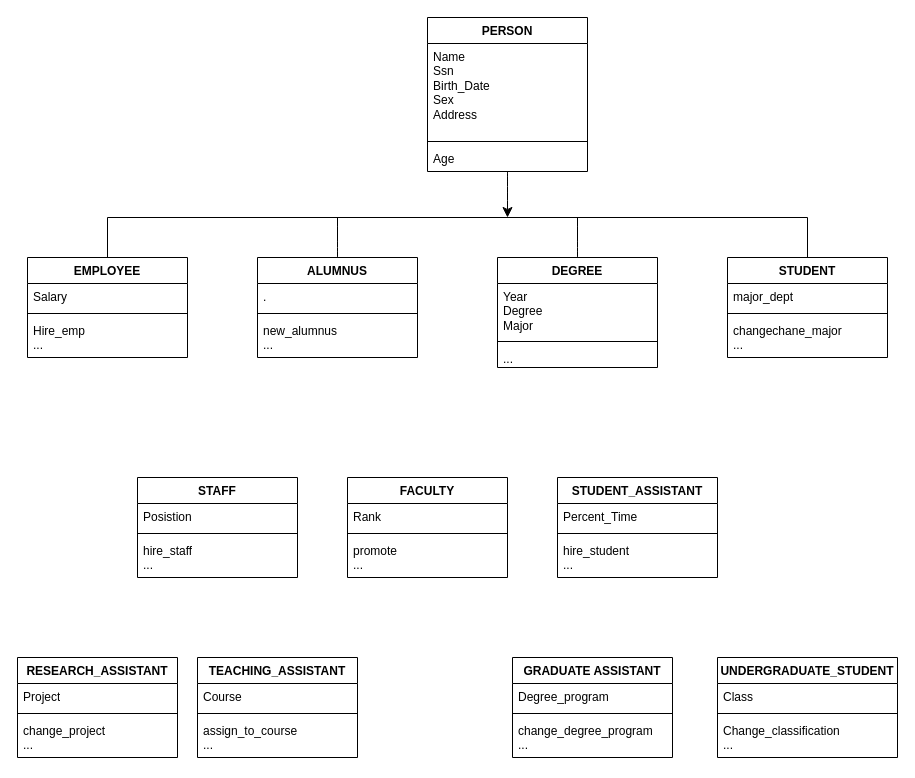
Above: mdiprak2.drawio in Dlaekap/Prak-MDI- (draw.io), before the change. Source tidied: cells renumbered, new cells numbered last; positions are measured from the earlier drawing's top-left corner, leaving out a move shared by most shapes. Both pictures are drawn from the tidied source at 100%, with x=0, y=0 at pixel (17, 17).
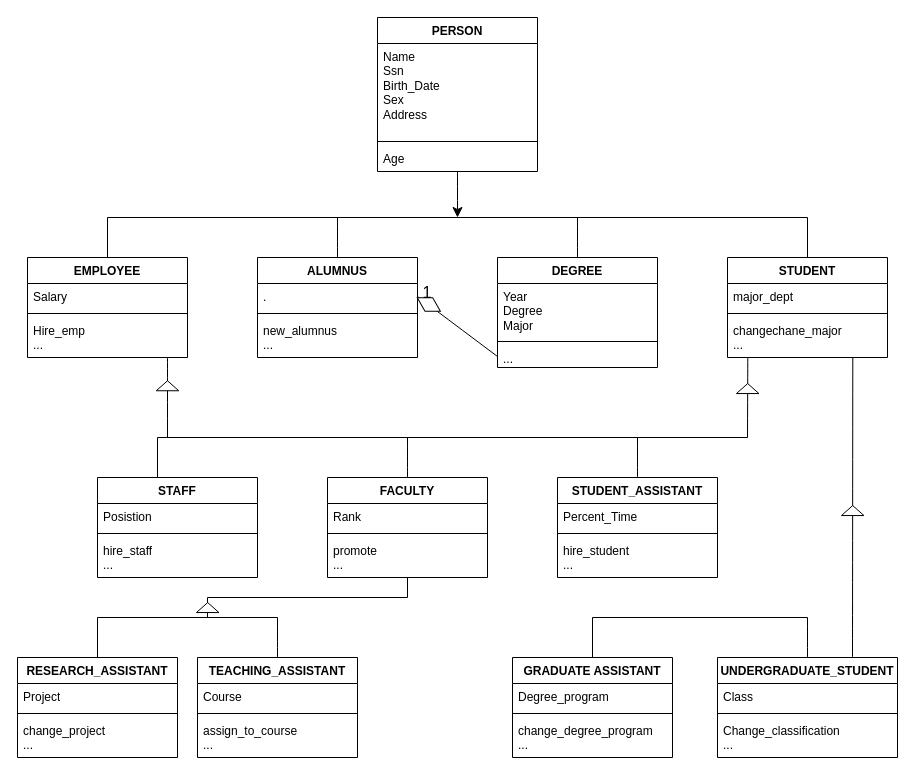
The same page after the edit.

Unchanged cells that the change refers to:
```xml
<mxCell id="14" value="." style="text;strokeColor=none;fillColor=none;align=left;verticalAlign=top;spacingLeft=4;spacingRight=4;overflow=hidden;points=[[0,0.5],[1,0.5]];portConstraint=eastwest;whiteSpace=wrap;html=1;" parent="13" vertex="1">
  <mxGeometry y="26" width="160" height="26" as="geometry" />
</mxCell>
<mxCell id="21" value="..." style="text;strokeColor=none;fillColor=none;align=left;verticalAlign=top;spacingLeft=4;spacingRight=4;overflow=hidden;points=[[0,0.5],[1,0.5]];portConstraint=eastwest;whiteSpace=wrap;html=1;" parent="18" vertex="1">
  <mxGeometry y="88" width="160" height="22" as="geometry" />
</mxCell>
<mxCell id="22" value="STUDENT" style="swimlane;fontStyle=1;align=center;verticalAlign=top;horizontal=1;startSize=26;whiteSpace=wrap;html=1;" parent="1" vertex="1">
  <mxGeometry x="710" y="240" width="160" height="100" as="geometry" />
</mxCell>
<mxCell id="34" value="STUDENT_ASSISTANT" style="swimlane;fontStyle=1;align=center;verticalAlign=top;horizontal=1;startSize=26;whiteSpace=wrap;html=1;" parent="1" vertex="1">
  <mxGeometry x="540" y="460" width="160" height="100" as="geometry" />
</mxCell>
<mxCell id="38" value="RESEARCH_ASSISTANT" style="swimlane;fontStyle=1;align=center;verticalAlign=top;horizontal=1;startSize=26;whiteSpace=wrap;html=1;" parent="1" vertex="1">
  <mxGeometry y="640" width="160" height="100" as="geometry" />
</mxCell>
<mxCell id="42" value="TEACHING_ASSISTANT" style="swimlane;fontStyle=1;align=center;verticalAlign=top;horizontal=1;startSize=26;whiteSpace=wrap;html=1;" parent="1" vertex="1">
  <mxGeometry x="180" y="640" width="160" height="100" as="geometry" />
</mxCell>
<mxCell id="46" value="UNDERGRADUATE_STUDENT" style="swimlane;fontStyle=1;align=center;verticalAlign=top;horizontal=1;startSize=26;whiteSpace=wrap;html=1;" parent="1" vertex="1">
  <mxGeometry x="700" y="640" width="180" height="100" as="geometry" />
</mxCell>
<mxCell id="50" value="GRADUATE ASSISTANT" style="swimlane;fontStyle=1;align=center;verticalAlign=top;horizontal=1;startSize=26;whiteSpace=wrap;html=1;" parent="1" vertex="1">
  <mxGeometry x="495" y="640" width="160" height="100" as="geometry" />
</mxCell>
```

Diff of the diagram source:
```diff
@@
-    <mxCell id="2" style="edgeStyle=none;curved=1;rounded=0;jettySize=auto;html=1;fontSize=12;startSize=8;endSize=8;" parent="1" edge="1" source="3">
-      <mxGeometry relative="1" as="geometry">
-        <mxPoint x="490" y="200" as="targetPoint" />
-      </mxGeometry>
-    </mxCell>
+    <mxCell id="54" style="edgeStyle=none;curved=1;rounded=0;jettySize=auto;html=1;fontSize=12;startSize=8;endSize=8;" parent="1" edge="1" source="3">
+      <mxGeometry relative="1" as="geometry">
+        <mxPoint x="440" y="200" as="targetPoint" />
+      </mxGeometry>
+    </mxCell>
     <mxCell id="3" value="PERSON" style="swimlane;fontStyle=1;align=center;verticalAlign=top;horizontal=1;startSize=26;whiteSpace=wrap;html=1;" parent="1" vertex="1">
-      <mxGeometry x="410" width="160" height="154" as="geometry" />
+      <mxGeometry x="360" width="160" height="154" as="geometry" />
     </mxCell>
@@
+    <mxCell id="55" style="endArrow=none;html=1;rounded=0;fontSize=12;startSize=8;endSize=8;curved=1;entryX=0.783;entryY=1.025;entryDx=0;entryDy=0;entryPerimeter=0;exitX=0.75;exitY=0;exitDx=0;exitDy=0;" parent="22" edge="1" source="46">
+      <mxGeometry relative="1" as="geometry">
+        <mxPoint x="125.3" y="100" as="targetPoint" />
+      </mxGeometry>
+    </mxCell>
+    <mxCell id="56" style="edgeStyle=orthogonalEdgeStyle;rounded=0;jettySize=auto;html=1;fontSize=12;startSize=8;endSize=8;endArrow=none;endFill=0;" parent="1" edge="1" source="26">
+      <mxGeometry relative="1" as="geometry">
+        <mxPoint x="730" y="420" as="targetPoint" />
+        <Array as="points">
+          <mxPoint x="140" y="420" />
+        </Array>
+      </mxGeometry>
+    </mxCell>
     <mxCell id="26" value="STAFF" style="swimlane;fontStyle=1;align=center;verticalAlign=top;horizontal=1;startSize=26;whiteSpace=wrap;html=1;" parent="1" vertex="1">
-      <mxGeometry x="120" y="460" width="160" height="100" as="geometry" />
+      <mxGeometry x="80" y="460" width="160" height="100" as="geometry" />
     </mxCell>
@@
+    <mxCell id="57" style="edgeStyle=orthogonalEdgeStyle;rounded=0;jettySize=auto;html=1;fontSize=12;startSize=8;endSize=8;endArrow=none;endFill=0;" parent="1" edge="1" source="30">
+      <mxGeometry relative="1" as="geometry">
+        <mxPoint x="190" y="600" as="targetPoint" />
+        <Array as="points">
+          <mxPoint x="390" y="580" />
+        </Array>
+      </mxGeometry>
+    </mxCell>
+    <mxCell id="58" style="edgeStyle=none;curved=1;rounded=0;jettySize=auto;html=1;fontSize=12;startSize=8;endSize=8;endArrow=none;endFill=0;" parent="1" edge="1" source="30">
+      <mxGeometry relative="1" as="geometry">
+        <mxPoint x="390" y="420" as="targetPoint" />
+      </mxGeometry>
+    </mxCell>
     <mxCell id="30" value="FACULTY" style="swimlane;fontStyle=1;align=center;verticalAlign=top;horizontal=1;startSize=26;whiteSpace=wrap;html=1;" parent="1" vertex="1">
-      <mxGeometry x="330" y="460" width="160" height="100" as="geometry" />
+      <mxGeometry x="310" y="460" width="160" height="100" as="geometry" />
     </mxCell>
@@
+    <mxCell id="59" style="edgeStyle=none;curved=1;rounded=0;jettySize=auto;html=1;fontSize=12;startSize=8;endSize=8;endArrow=none;endFill=0;" parent="1" edge="1" source="34">
+      <mxGeometry relative="1" as="geometry">
+        <mxPoint x="620" y="420" as="targetPoint" />
+      </mxGeometry>
+    </mxCell>
@@
+    <mxCell id="60" style="edgeStyle=orthogonalEdgeStyle;rounded=0;jettySize=auto;html=1;fontSize=12;startSize=8;endSize=8;endArrow=none;endFill=0;" parent="1" edge="1" source="38">
+      <mxGeometry relative="1" as="geometry">
+        <mxPoint x="260" y="600" as="targetPoint" />
+        <Array as="points">
+          <mxPoint x="80" y="600" />
+          <mxPoint x="80" y="600" />
+        </Array>
+      </mxGeometry>
+    </mxCell>
@@
+    <mxCell id="61" style="edgeStyle=none;curved=1;rounded=0;jettySize=auto;html=1;fontSize=12;startSize=8;endSize=8;endArrow=none;endFill=0;" parent="1" edge="1" source="42">
+      <mxGeometry relative="1" as="geometry">
+        <mxPoint x="260" y="600" as="targetPoint" />
+      </mxGeometry>
+    </mxCell>
@@
+    <mxCell id="62" style="edgeStyle=none;curved=1;rounded=0;jettySize=auto;html=1;fontSize=12;startSize=8;endSize=8;endArrow=none;endFill=0;" parent="1" edge="1" source="46">
+      <mxGeometry relative="1" as="geometry">
+        <mxPoint x="790" y="600" as="targetPoint" />
+      </mxGeometry>
+    </mxCell>
@@
+    <mxCell id="63" style="edgeStyle=orthogonalEdgeStyle;rounded=0;jettySize=auto;html=1;fontSize=12;startSize=8;endSize=8;endArrow=none;endFill=0;" parent="1" edge="1" source="50">
+      <mxGeometry relative="1" as="geometry">
+        <mxPoint x="790" y="600" as="targetPoint" />
+        <Array as="points">
+          <mxPoint x="575" y="600" />
+        </Array>
+      </mxGeometry>
+    </mxCell>
@@
+    <mxCell id="64" style="endArrow=none;html=1;rounded=0;fontSize=12;startSize=8;endSize=8;curved=1;exitX=0.127;exitY=1.073;exitDx=0;exitDy=0;exitPerimeter=0;endFill=0;" parent="1" edge="1">
+      <mxGeometry relative="1" as="geometry">
+        <mxPoint x="730.3" y="340" as="sourcePoint" />
+        <mxPoint x="730" y="420" as="targetPoint" />
+      </mxGeometry>
+    </mxCell>
+    <mxCell id="65" style="triangle;whiteSpace=wrap;html=1;rotation=-90;" parent="1" vertex="1">
+      <mxGeometry x="725.2" y="359.8" width="10" height="22.5" as="geometry" />
+    </mxCell>
+    <mxCell id="66" style="endArrow=none;html=1;rounded=0;fontSize=12;startSize=8;endSize=8;curved=1;endFill=0;" parent="1" edge="1">
+      <mxGeometry relative="1" as="geometry">
+        <mxPoint x="150" y="340" as="sourcePoint" />
+        <mxPoint x="150" y="420" as="targetPoint" />
+      </mxGeometry>
+    </mxCell>
+    <mxCell id="67" style="triangle;whiteSpace=wrap;html=1;rotation=-90;" parent="1" vertex="1">
+      <mxGeometry x="145" y="357" width="10" height="22.5" as="geometry" />
+    </mxCell>
+    <mxCell id="68" style="edgeStyle=none;curved=1;rounded=0;jettySize=auto;html=1;exitX=1;exitY=0.5;exitDx=0;exitDy=0;entryX=0;entryY=0.5;entryDx=0;entryDy=0;fontSize=12;startSize=8;endSize=8;endArrow=none;endFill=0;" parent="1" edge="1" source="14" target="21">
+      <mxGeometry relative="1" as="geometry" />
+    </mxCell>
+    <mxCell id="69" style="html=1;whiteSpace=wrap;shape=isoRectangle;rotation=30;" parent="1" vertex="1">
+      <mxGeometry x="398" y="279" width="26.7" height="16" as="geometry" />
+    </mxCell>
+    <mxCell id="70" value="1" style="text;html=1;whiteSpace=wrap;strokeColor=none;fillColor=none;align=center;verticalAlign=middle;rounded=0;fontSize=16;" parent="1" vertex="1">
+      <mxGeometry x="380" y="260" width="60" height="30" as="geometry" />
+    </mxCell>
+    <mxCell id="71" style="triangle;whiteSpace=wrap;html=1;rotation=-90;" parent="1" vertex="1">
+      <mxGeometry x="830.2" y="481.8" width="10" height="22.5" as="geometry" />
+    </mxCell>
+    <mxCell id="72" style="triangle;whiteSpace=wrap;html=1;rotation=-90;" parent="1" vertex="1">
+      <mxGeometry x="185.2" y="578.8" width="10" height="22.5" as="geometry" />
+    </mxCell>
```
